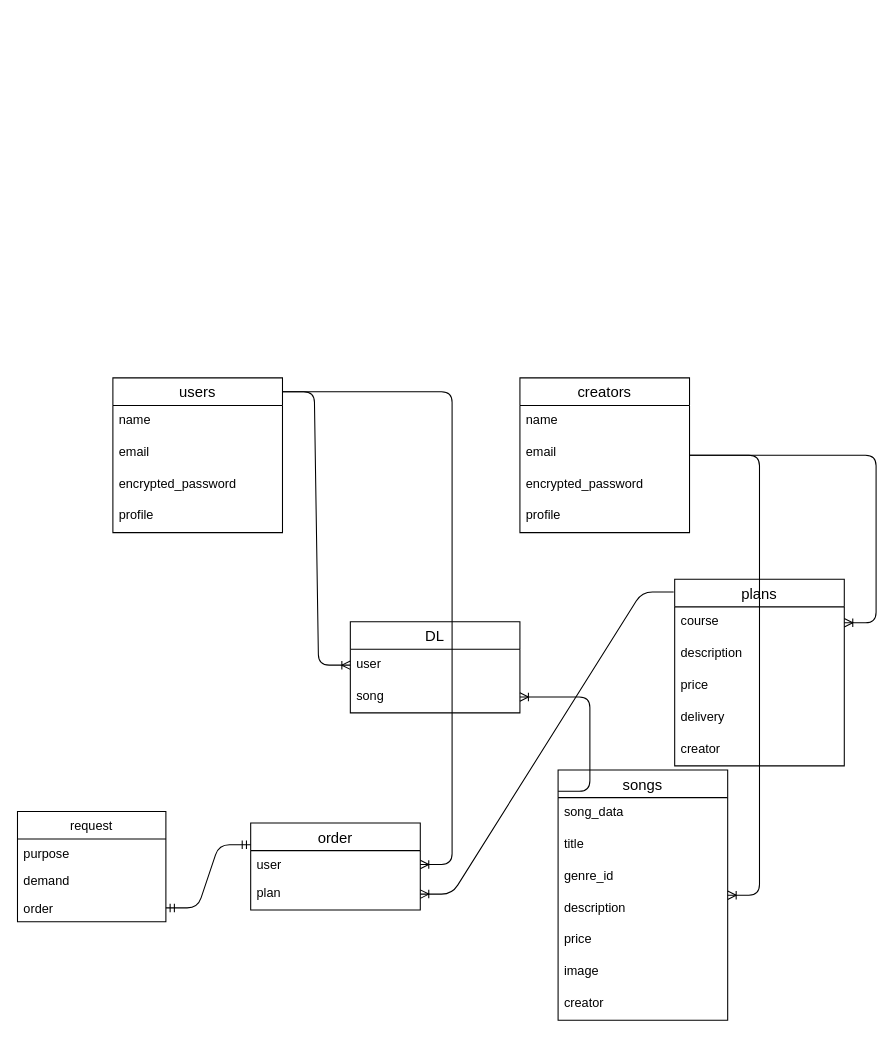
Before: database.dio in koluhei/otolie, a draw.io diagram. Source tidied: cells renumbered, new cells numbered last; positions are measured from the earlier drawing's top-left corner, leaving out a move shared by most shapes. Both pictures are drawn from the tidied source at 106%, with x=0, y=0 at pixel (17, 377).
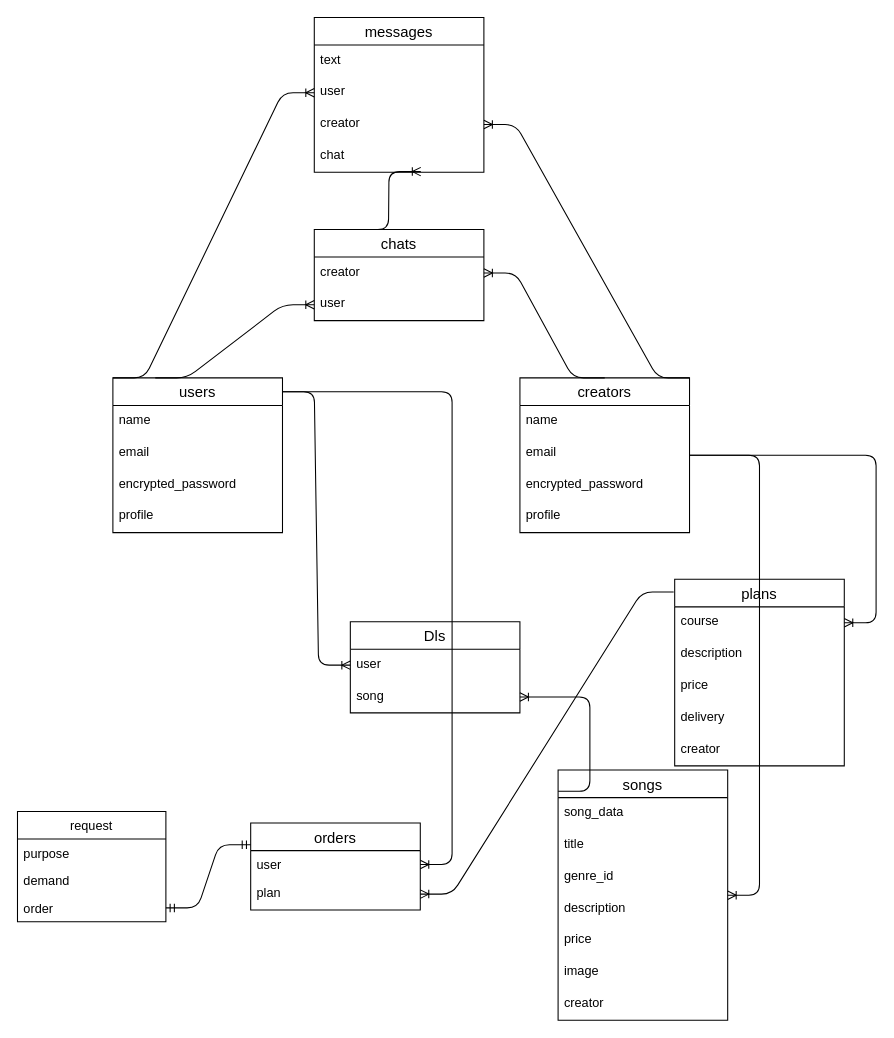
After the change.

Commit message (it also covers changes not shown here):
chats, messagesテーブルの作成とモデルの設定

Unchanged cells that the change refers to:
```xml
<mxCell id="2" value="users" style="swimlane;fontStyle=0;horizontal=1;startSize=26;align=center;fontSize=14;" parent="1" vertex="1">
  <mxGeometry x="90" width="160" height="146" as="geometry" />
</mxCell>
<mxCell id="7" value="creators" style="swimlane;fontStyle=0;horizontal=1;startSize=26;align=center;fontSize=14;" parent="1" vertex="1">
  <mxGeometry x="474" width="160" height="146" as="geometry" />
</mxCell>
```

Change to the diagram source:
```diff
@@
-    <mxCell id="26" value="DL" style="swimlane;fontStyle=0;horizontal=1;startSize=26;align=center;fontSize=14;" parent="1" vertex="1">
+    <mxCell id="26" value="Dls" style="swimlane;fontStyle=0;horizontal=1;startSize=26;align=center;fontSize=14;" parent="1" vertex="1">
       <mxGeometry x="314" y="230" width="160" height="86" as="geometry" />
     </mxCell>
@@
-    <mxCell id="29" value="order" style="swimlane;fontStyle=0;horizontal=1;startSize=26;align=center;fontSize=14;" parent="1" vertex="1">
+    <mxCell id="29" value="orders" style="swimlane;fontStyle=0;horizontal=1;startSize=26;align=center;fontSize=14;" parent="1" vertex="1">
       <mxGeometry x="220" y="420" width="160" height="82" as="geometry" />
     </mxCell>
@@
+    <mxCell id="43" value="chats" style="swimlane;fontStyle=0;horizontal=1;startSize=26;align=center;fontSize=14;" parent="1" vertex="1">
+      <mxGeometry x="280" y="-140" width="160" height="86" as="geometry" />
+    </mxCell>
+    <mxCell id="44" value="creator" style="text;strokeColor=none;fillColor=none;spacingLeft=4;spacingRight=4;overflow=hidden;points=[[0,0.5],[1,0.5]];portConstraint=eastwest;fontSize=12;" parent="43" vertex="1">
+      <mxGeometry y="26" width="160" height="30" as="geometry" />
+    </mxCell>
+    <mxCell id="45" value="user&#10;" style="text;strokeColor=none;fillColor=none;spacingLeft=4;spacingRight=4;overflow=hidden;points=[[0,0.5],[1,0.5]];portConstraint=eastwest;fontSize=12;" parent="43" vertex="1">
+      <mxGeometry y="56" width="160" height="30" as="geometry" />
+    </mxCell>
+    <mxCell id="46" value="messages" style="swimlane;fontStyle=0;horizontal=1;startSize=26;align=center;fontSize=14;" parent="1" vertex="1">
+      <mxGeometry x="280" y="-340" width="160" height="146" as="geometry" />
+    </mxCell>
+    <mxCell id="47" value="text&#10;" style="text;strokeColor=none;fillColor=none;spacingLeft=4;spacingRight=4;overflow=hidden;fontSize=12;" parent="46" vertex="1">
+      <mxGeometry y="26" width="160" height="30" as="geometry" />
+    </mxCell>
+    <mxCell id="48" value="user" style="text;strokeColor=none;fillColor=none;spacingLeft=4;spacingRight=4;overflow=hidden;points=[[0,0.5],[1,0.5]];portConstraint=eastwest;fontSize=12;" parent="46" vertex="1">
+      <mxGeometry y="56" width="160" height="30" as="geometry" />
+    </mxCell>
+    <mxCell id="49" value="creator&#10;" style="text;strokeColor=none;fillColor=none;spacingLeft=4;spacingRight=4;overflow=hidden;points=[[0,0.5],[1,0.5]];portConstraint=eastwest;fontSize=12;" parent="46" vertex="1">
+      <mxGeometry y="86" width="160" height="30" as="geometry" />
+    </mxCell>
+    <mxCell id="50" value="chat" style="text;strokeColor=none;fillColor=none;spacingLeft=4;spacingRight=4;overflow=hidden;points=[[0,0.5],[1,0.5]];portConstraint=eastwest;fontSize=12;" parent="46" vertex="1">
+      <mxGeometry y="116" width="160" height="30" as="geometry" />
+    </mxCell>
+    <mxCell id="51" style="edgeStyle=entityRelationEdgeStyle;fontSize=12;html=1;endArrow=ERoneToMany;exitX=0.5;exitY=0;exitDx=0;exitDy=0;entryX=1;entryY=0.5;entryDx=0;entryDy=0;" parent="1" edge="1" source="7" target="44">
+      <mxGeometry relative="1" as="geometry" />
+    </mxCell>
+    <mxCell id="52" style="edgeStyle=entityRelationEdgeStyle;fontSize=12;html=1;endArrow=ERoneToMany;exitX=0.25;exitY=0;exitDx=0;exitDy=0;entryX=0;entryY=0.5;entryDx=0;entryDy=0;" parent="1" edge="1" source="2" target="45">
+      <mxGeometry relative="1" as="geometry" />
+    </mxCell>
+    <mxCell id="53" style="edgeStyle=entityRelationEdgeStyle;fontSize=12;html=1;endArrow=ERoneToMany;entryX=0.628;entryY=0.98;entryDx=0;entryDy=0;entryPerimeter=0;" parent="1" edge="1" target="50">
+      <mxGeometry relative="1" as="geometry">
+        <mxPoint x="320" y="-140" as="sourcePoint" />
+      </mxGeometry>
+    </mxCell>
+    <mxCell id="54" style="edgeStyle=entityRelationEdgeStyle;fontSize=12;html=1;endArrow=ERoneToMany;exitX=0;exitY=0;exitDx=0;exitDy=0;entryX=0;entryY=0.5;entryDx=0;entryDy=0;" parent="1" edge="1" source="2" target="48">
+      <mxGeometry relative="1" as="geometry" />
+    </mxCell>
+    <mxCell id="55" style="edgeStyle=entityRelationEdgeStyle;fontSize=12;html=1;endArrow=ERoneToMany;exitX=1;exitY=0;exitDx=0;exitDy=0;entryX=1;entryY=0.5;entryDx=0;entryDy=0;" parent="1" edge="1" source="7" target="49">
+      <mxGeometry relative="1" as="geometry" />
+    </mxCell>
```
